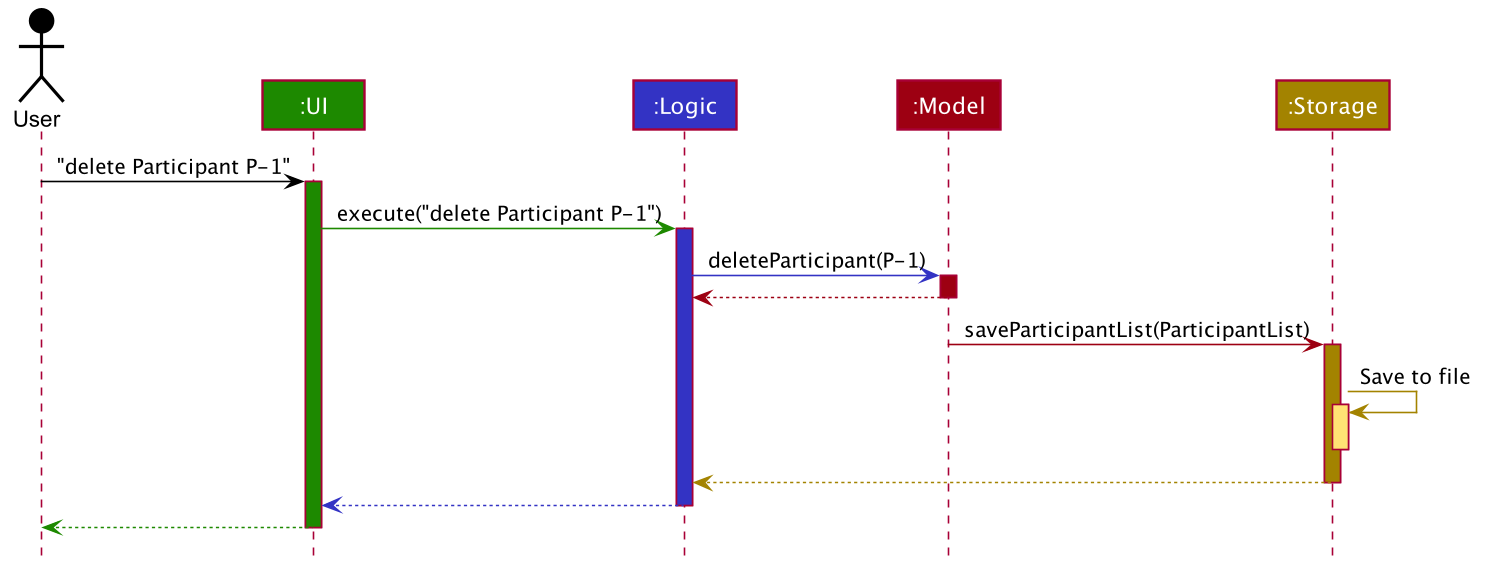
This is images/ArchitectureSequenceDiagram.png from AY1920S1-CS2103T-F11-1/main, a PlantUML export, as it was before one commit.
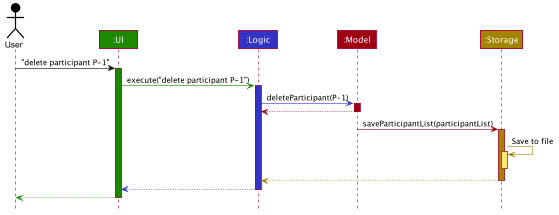
After the commit.

Diff of the diagram source:
```diff
@@ -54,10 +54,10 @@
 Participant ":Model" as model #9D0012
 Participant ":Storage" as storage #A38300
 
-user -[#000000]> ui : "delete Participant P-1"
+user -[#000000]> ui : "delete participant P-1"
 activate ui #1D8900
 
-ui -[#1D8900]> logic : execute("delete Participant P-1")
+ui -[#1D8900]> logic : execute("delete participant P-1")
 activate logic #3333C4
 
 logic -[#3333C4]> model : deleteParticipant(P-1)
@@ -66,7 +66,7 @@
 model -[#9D0012]-> logic
 deactivate model
 
-model -[#9D0012]> storage : saveParticipantList(ParticipantList)
+model -[#9D0012]> storage : saveParticipantList(participantList)
 activate storage #A38300
 
 storage -[#A38300]> storage : Save to file
```
